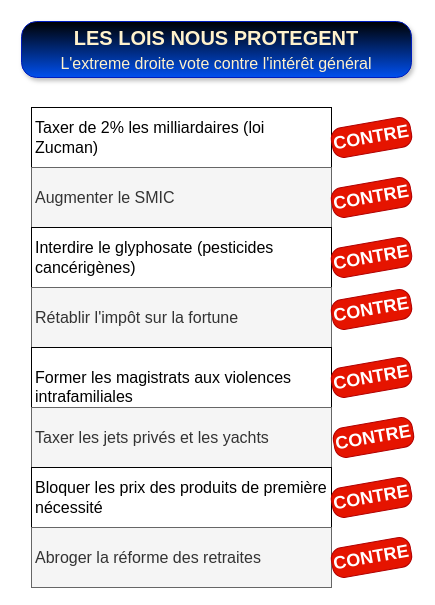
This is drawio/VotesContre.drawio from bernard44600/cedbn, a draw.io file, before an edit. Source tidied: cells renumbered, new cells numbered last; positions are measured from the earlier drawing's top-left corner, leaving out a move shared by most shapes. Both pictures are drawn from the tidied source at 100%, with x=0, y=0 at pixel (21, 21).
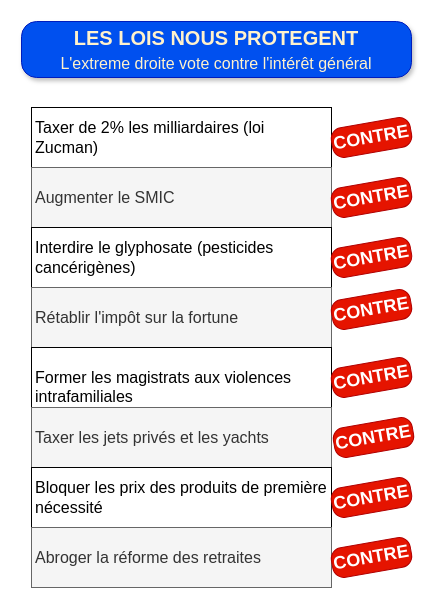
The same diagram, later.

Diff of the diagram source:
```diff
@@
 <mxGraphModel>
   <root>
     <mxCell id="0" />
     <mxCell id="1" parent="0" />
-    <mxCell id="2" value="LES LOIS NOUS PROTEGENT&lt;br&gt;&lt;font style=&quot;font-size: 16px; font-weight: normal;&quot;&gt;L'extreme droite vote contre l'intérêt général&lt;/font&gt;" style="rounded=1;whiteSpace=wrap;html=1;fontSize=20;fillColor=#0050ef;strokeColor=#001DBC;fontColor=#FFF2CC;gradientColor=default;gradientDirection=north;roundedPerimeter=1;shadow=1;glass=0;multiple=0;fontFamily=Helvetica;labelBackgroundColor=none;arcSize=27;fontStyle=1;" parent="1" vertex="1">
+    <mxCell id="2" value="LES LOIS NOUS PROTEGENT&lt;br&gt;&lt;font style=&quot;font-size: 16px; font-weight: normal;&quot;&gt;L'extreme droite vote contre l'intérêt général&lt;/font&gt;" style="rounded=1;whiteSpace=wrap;html=1;fontSize=20;fillColor=#0050ef;strokeColor=#001DBC;fontColor=#FFF2CC;gradientColor=none;gradientDirection=north;roundedPerimeter=1;shadow=1;glass=0;multiple=0;fontFamily=Helvetica;labelBackgroundColor=none;arcSize=27;fontStyle=1;" parent="1" vertex="1">
       <mxGeometry width="390" height="56" as="geometry" />
     </mxCell>
     <mxCell id="3" value="Taxer de 2% les milliardaires (loi Zucman)" style="rounded=0;whiteSpace=wrap;html=1;fontFamily=Helvetica;fontSize=16;align=left;spacingLeft=2;" parent="1" vertex="1">
       <mxGeometry x="10" y="86" width="300" height="60" as="geometry" />
     </mxCell>
     <mxCell id="4" value="Augmenter le SMIC" style="rounded=0;whiteSpace=wrap;html=1;fontFamily=Helvetica;fontSize=16;align=left;fillColor=#f5f5f5;fontColor=#333333;strokeColor=#666666;spacingLeft=2;" parent="1" vertex="1">
       <mxGeometry x="10" y="146" width="300" height="60" as="geometry" />
     </mxCell>
     <mxCell id="5" value="Interdire le glyphosate (pesticides cancérigènes)" style="rounded=0;whiteSpace=wrap;html=1;fontFamily=Helvetica;fontSize=16;align=left;spacingLeft=2;" parent="1" vertex="1">
       <mxGeometry x="10" y="206" width="300" height="60" as="geometry" />
     </mxCell>
     <mxCell id="6" value="Rétablir l'impôt sur la fortune" style="rounded=0;whiteSpace=wrap;html=1;fontFamily=Helvetica;fontSize=16;align=left;fillColor=#f5f5f5;fontColor=#333333;strokeColor=#666666;spacingLeft=2;" parent="1" vertex="1">
       <mxGeometry x="10" y="266" width="300" height="60" as="geometry" />
     </mxCell>
     <mxCell id="7" value="&lt;div&gt;&lt;br&gt;&lt;/div&gt;&lt;div&gt;Former les magistrats aux violences intrafamiliales&lt;/div&gt;" style="rounded=0;whiteSpace=wrap;html=1;fontFamily=Helvetica;fontSize=16;align=left;spacingLeft=2;" parent="1" vertex="1">
       <mxGeometry x="10" y="326" width="300" height="60" as="geometry" />
     </mxCell>
     <mxCell id="8" value="Taxer les jets privés et les yachts" style="rounded=0;whiteSpace=wrap;html=1;fontFamily=Helvetica;fontSize=16;align=left;fillColor=#f5f5f5;fontColor=#333333;strokeColor=#666666;spacingLeft=2;" parent="1" vertex="1">
       <mxGeometry x="10" y="386" width="300" height="60" as="geometry" />
     </mxCell>
     <mxCell id="9" value="Bloquer les prix des produits de première nécessité" style="rounded=0;whiteSpace=wrap;html=1;fontFamily=Helvetica;fontSize=16;align=left;spacingLeft=2;" parent="1" vertex="1">
       <mxGeometry x="10" y="446" width="300" height="60" as="geometry" />
     </mxCell>
     <mxCell id="10" value="Abroger la réforme des retraites" style="rounded=0;whiteSpace=wrap;html=1;fontFamily=Helvetica;fontSize=16;align=left;fillColor=#f5f5f5;fontColor=#333333;strokeColor=#666666;spacingLeft=2;" parent="1" vertex="1">
       <mxGeometry x="10" y="506" width="300" height="60" as="geometry" />
     </mxCell>
     <mxCell id="11" value="CONTRE" style="text;html=1;whiteSpace=wrap;strokeColor=#B20000;fillColor=#e51400;align=center;verticalAlign=middle;rounded=1;fontSize=18;fontColor=#ffffff;fontStyle=1;roundedPerimeter=1;arcSize=37;rotation=-10;" parent="1" vertex="1">
       <mxGeometry x="310" y="101" width="80" height="30" as="geometry" />
     </mxCell>
     <mxCell id="12" value="CONTRE" style="text;html=1;whiteSpace=wrap;strokeColor=#B20000;fillColor=#e51400;align=center;verticalAlign=middle;rounded=1;fontSize=18;fontColor=#ffffff;fontStyle=1;roundedPerimeter=1;arcSize=37;rotation=-10;" parent="1" vertex="1">
       <mxGeometry x="310" y="161" width="80" height="30" as="geometry" />
     </mxCell>
     <mxCell id="13" value="CONTRE" style="text;html=1;whiteSpace=wrap;strokeColor=#B20000;fillColor=#e51400;align=center;verticalAlign=middle;rounded=1;fontSize=18;fontColor=#ffffff;fontStyle=1;roundedPerimeter=1;arcSize=37;rotation=-10;" parent="1" vertex="1">
       <mxGeometry x="310" y="221" width="80" height="30" as="geometry" />
     </mxCell>
     <mxCell id="14" value="CONTRE" style="text;html=1;whiteSpace=wrap;strokeColor=#B20000;fillColor=#e51400;align=center;verticalAlign=middle;rounded=1;fontSize=18;fontColor=#ffffff;fontStyle=1;roundedPerimeter=1;arcSize=37;rotation=-10;" parent="1" vertex="1">
       <mxGeometry x="310" y="273" width="80" height="30" as="geometry" />
     </mxCell>
     <mxCell id="15" value="CONTRE" style="text;html=1;whiteSpace=wrap;strokeColor=#B20000;fillColor=#e51400;align=center;verticalAlign=middle;rounded=1;fontSize=18;fontColor=#ffffff;fontStyle=1;roundedPerimeter=1;arcSize=37;rotation=-10;" parent="1" vertex="1">
       <mxGeometry x="310" y="521" width="80" height="30" as="geometry" />
     </mxCell>
     <mxCell id="16" value="CONTRE" style="text;html=1;whiteSpace=wrap;strokeColor=#B20000;fillColor=#e51400;align=center;verticalAlign=middle;rounded=1;fontSize=18;fontColor=#ffffff;fontStyle=1;roundedPerimeter=1;arcSize=37;rotation=-10;" parent="1" vertex="1">
       <mxGeometry x="310" y="461" width="80" height="30" as="geometry" />
     </mxCell>
     <mxCell id="17" value="CONTRE" style="text;html=1;whiteSpace=wrap;strokeColor=#B20000;fillColor=#e51400;align=center;verticalAlign=middle;rounded=1;fontSize=18;fontColor=#ffffff;fontStyle=1;roundedPerimeter=1;arcSize=37;rotation=-10;" parent="1" vertex="1">
       <mxGeometry x="312" y="401" width="80" height="30" as="geometry" />
     </mxCell>
     <mxCell id="18" value="CONTRE" style="text;html=1;whiteSpace=wrap;strokeColor=#B20000;fillColor=#e51400;align=center;verticalAlign=middle;rounded=1;fontSize=18;fontColor=#ffffff;fontStyle=1;roundedPerimeter=1;arcSize=37;rotation=-10;" parent="1" vertex="1">
       <mxGeometry x="310" y="341" width="80" height="30" as="geometry" />
     </mxCell>
   </root>
 </mxGraphModel>
```
